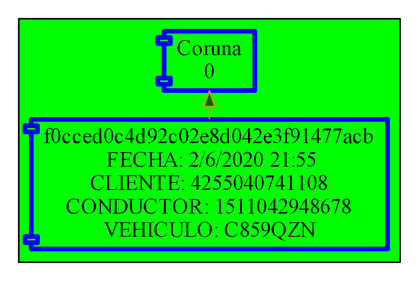
The Graphviz diagram Viajes.png in SergioUnix/EDD_Proyecto2_Junio_2020, before a commit. Its source is kept beside it as Viajes.dot.
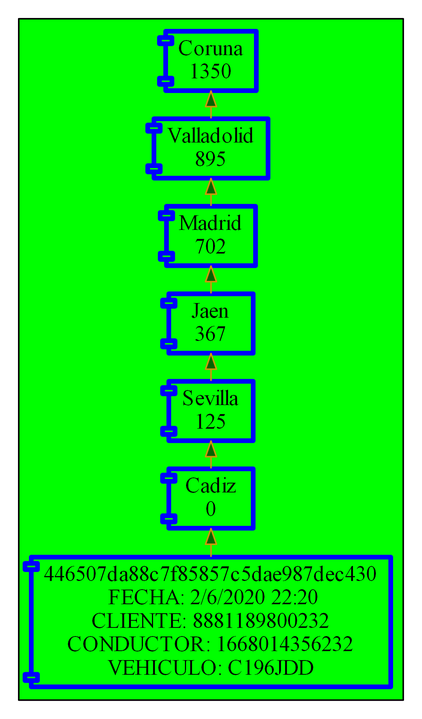
Above is the later version.

Diff of the diagram source:
```diff
@@ -4,13 +4,28 @@
 rankdir=LR;
 subgraph cluster_0{
 bgcolor="green"
-"f0cced0c4d92c02e8d042e3f91477acb"[label="f0cced0c4d92c02e8d042e3f91477acb
- FECHA: 2/6/2020 21:55
-CLIENTE: 4255040741108
-CONDUCTOR: 1511042948678
-VEHICULO: C859QZN"];
+"446507da88c7f85857c5dae987dec430"[label="446507da88c7f85857c5dae987dec430
+ FECHA: 2/6/2020 22:20
+CLIENTE: 8881189800232
+CONDUCTOR: 1668014356232
+VEHICULO: C196JDD"];
+"0Cadiz"[label="Cadiz
+0"];
+"0Sevilla"[label="Sevilla
+125"];
+"0Jaen"[label="Jaen
+367"];
+"0Madrid"[label="Madrid
+702"];
+"0Valladolid"[label="Valladolid
+895"];
 "0Coruna"[label="Coruna
-0"];
-{ rank = same;"f0cced0c4d92c02e8d042e3f91477acb";"0Coruna";}
-"f0cced0c4d92c02e8d042e3f91477acb"->"0Coruna"}
+1350"];
+"0Cadiz"->"0Sevilla"
+"0Sevilla"->"0Jaen"
+"0Jaen"->"0Madrid"
+"0Madrid"->"0Valladolid"
+"0Valladolid"->"0Coruna"
+{ rank = same;"446507da88c7f85857c5dae987dec430";"0Cadiz";"0Sevilla";"0Jaen";"0Madrid";"0Valladolid";"0Coruna";}
+"446507da88c7f85857c5dae987dec430"->"0Cadiz"}
 }
```
